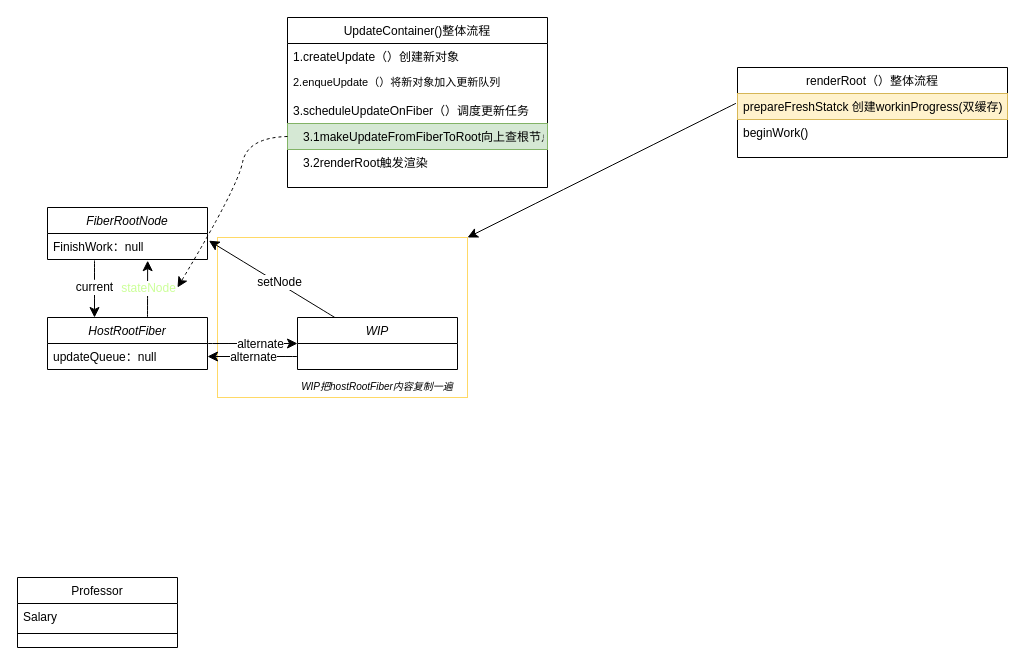
The draw.io diagram react初次挂载.drawio in liujing-maker/IDEA, before the edit. Source tidied: cells renumbered, new cells numbered last; positions are measured from the earlier drawing's top-left corner, leaving out a move shared by most shapes. Both pictures are drawn from the tidied source at 100%, with x=0, y=0 at pixel (17, 17).
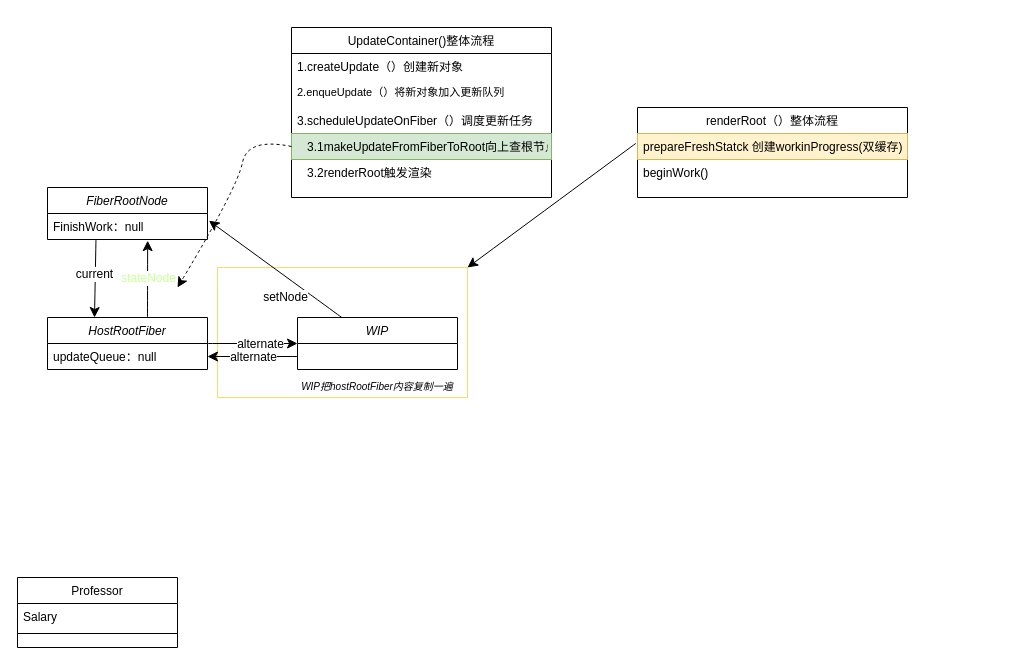
The same page after the edit.

Commit message (it also covers changes not shown here):
更新react初次挂载.drawio

Unchanged cells that the change refers to:
```xml
<mxCell id="4" value="FinishWork：null" style="text;align=left;verticalAlign=top;spacingLeft=4;spacingRight=4;overflow=hidden;points=[[0,0.5],[1,0.5]];portConstraint=eastwest;" parent="3" vertex="1">
  <mxGeometry y="26" width="160" height="26" as="geometry" />
</mxCell>
<mxCell id="28" style="edgeStyle=none;curved=1;rounded=0;jettySize=auto;html=1;entryX=1.009;entryY=0.277;entryDx=0;entryDy=0;entryPerimeter=0;fontSize=12;startSize=8;endSize=8;" parent="1" edge="1" source="26" target="4">
  <mxGeometry relative="1" as="geometry" />
</mxCell>
```

Change to the diagram source:
```diff
@@
     <mxCell id="2" style="rounded=0;whiteSpace=wrap;html=1;strokeColor=#FFD966;gradientColor=none;" parent="1" vertex="1">
-      <mxGeometry x="200" y="220" width="250" height="160" as="geometry" />
+      <mxGeometry x="200" y="250" width="250" height="130" as="geometry" />
     </mxCell>
     <mxCell id="3" value="FiberRootNode" style="swimlane;fontStyle=2;align=center;verticalAlign=top;horizontal=1;startSize=26;rounded=0;shadow=0;strokeWidth=1;" parent="1" vertex="1">
-      <mxGeometry x="30" y="190" width="160" height="52" as="geometry" />
+      <mxGeometry x="30" y="170" width="160" height="52" as="geometry" />
     </mxCell>
@@
     <mxCell id="5" value="renderRoot（）整体流程" style="swimlane;fontStyle=0;align=center;verticalAlign=top;horizontal=1;startSize=26;rounded=0;shadow=0;strokeWidth=1;" parent="1" vertex="1">
-      <mxGeometry x="720" y="50" width="270" height="90" as="geometry" />
+      <mxGeometry x="620" y="90" width="270" height="90" as="geometry" />
     </mxCell>
@@
     <mxCell id="11" value="UpdateContainer()整体流程" style="swimlane;fontStyle=0;align=center;verticalAlign=top;horizontal=1;startSize=26;rounded=0;shadow=0;strokeWidth=1;" parent="1" vertex="1">
-      <mxGeometry x="270" width="260" height="170" as="geometry" />
+      <mxGeometry x="274" y="10" width="260" height="170" as="geometry" />
     </mxCell>
@@
-    <mxCell id="21" style="endArrow=classic;html=1;rounded=0;fontSize=12;startSize=8;endSize=8;curved=1;" parent="1" edge="1">
+    <mxCell id="21" style="endArrow=classic;html=1;rounded=0;fontSize=12;startSize=8;endSize=8;curved=1;exitX=0.303;exitY=0.998;exitDx=0;exitDy=0;exitPerimeter=0;" parent="1" edge="1" source="4">
       <mxGeometry relative="1" as="geometry">
-        <mxPoint x="77" y="243" as="sourcePoint" />
         <mxPoint x="77" y="300" as="targetPoint" />
       </mxGeometry>
     </mxCell>
@@
     <mxCell id="29" value="setNode" style="edgeLabel;html=1;align=center;verticalAlign=middle;fontSize=12;" parent="28" vertex="1">
-      <mxGeometry x="-0.11" y="-1" relative="1" as="geometry" />
+      <mxGeometry x="-0.11" y="-1" relative="1" as="geometry">
+        <mxPoint x="2" y="23" as="offset" />
+      </mxGeometry>
     </mxCell>
```
